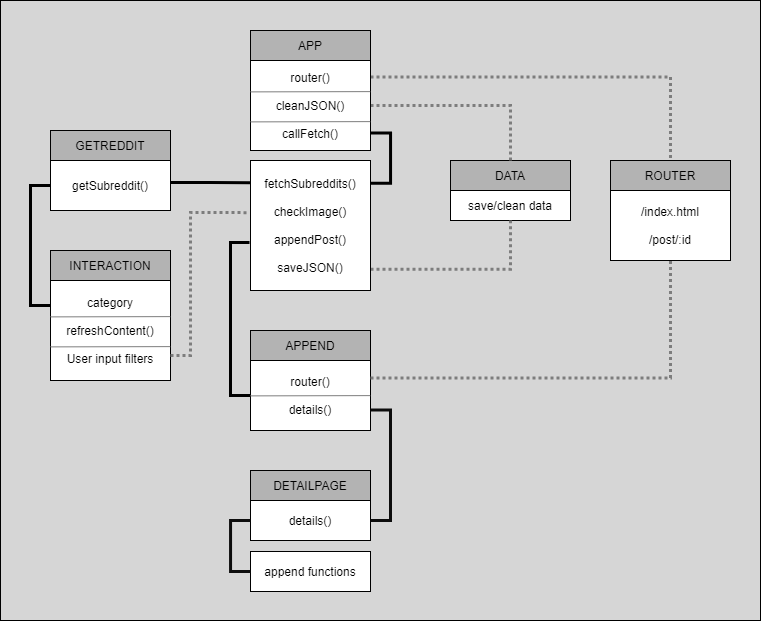
This is assets/ActorDiagram.png from RickGroot/web-app-from-scratch-2021, a draw.io export, as it was before one commit. Source tidied: cells renumbered, new cells last; positions are measured from the earlier drawing's top-left corner, leaving out a move shared by most shapes.
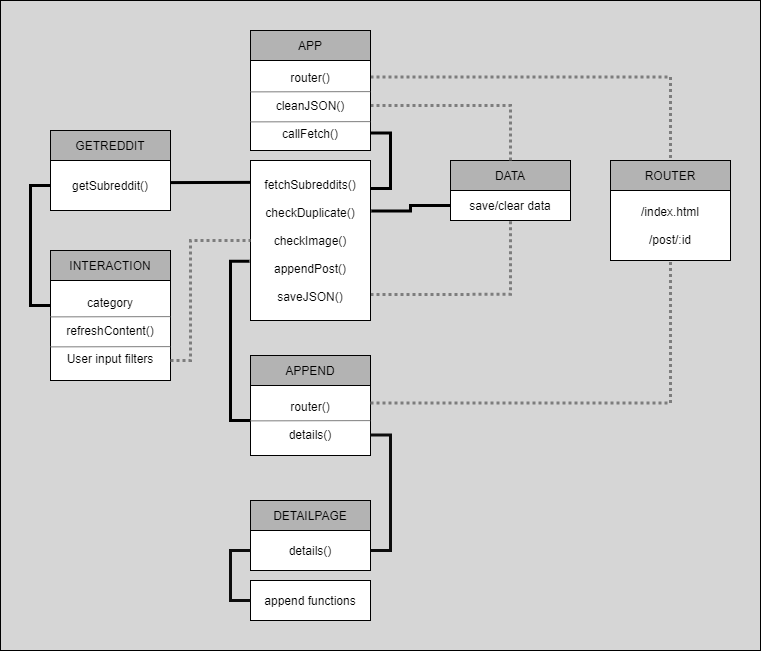
Above is the later version.

What changed in the source:
```diff
@@ -11,7 +11,7 @@
       </mxGeometry>
     </mxCell>
     <mxCell id="3" style="rounded=0;whiteSpace=wrap;html=1;fillColor=#D6D6D6;" parent="1" vertex="1">
-      <mxGeometry width="760" height="620" as="geometry" />
+      <mxGeometry width="760" height="650" as="geometry" />
     </mxCell>
     <mxCell id="4" style="group;" parent="1" vertex="1">
       <mxGeometry x="610" y="160" width="120" height="100" as="geometry" />
@@ -34,7 +34,7 @@
     <mxCell id="10" style="group;" parent="1" vertex="1">
       <mxGeometry x="450" y="160" width="120" height="80" as="geometry" />
     </mxCell>
-    <mxCell id="11" value="save/clean data" style="rounded=0;whiteSpace=wrap;html=1;align=center;fillColor=#FFFFFF;" parent="10" vertex="1">
+    <mxCell id="11" value="save/clear data" style="rounded=0;whiteSpace=wrap;html=1;align=center;fillColor=#FFFFFF;" parent="10" vertex="1">
       <mxGeometry y="30" width="120" height="30" as="geometry" />
     </mxCell>
     <mxCell id="12" value="DATA" style="rounded=0;whiteSpace=wrap;html=1;align=center;fillColor=#B3B3B3;" parent="10" vertex="1">
@@ -67,8 +67,12 @@
     <mxCell id="21" style="edgeStyle=orthogonalEdgeStyle;rounded=0;jettySize=auto;html=1;exitX=0;exitY=0.5;exitDx=0;exitDy=0;entryX=0;entryY=0.25;entryDx=0;entryDy=0;strokeWidth=3;endArrow=none;endFill=0;" parent="1" edge="1" source="19" target="8">
       <mxGeometry relative="1" as="geometry" />
     </mxCell>
-    <mxCell id="22" style="edgeStyle=orthogonalEdgeStyle;rounded=0;jettySize=auto;html=1;exitX=1.003;exitY=0.442;exitDx=0;exitDy=0;entryX=0.006;entryY=0.171;entryDx=0;entryDy=0;entryPerimeter=0;endArrow=none;endFill=0;strokeColor=#000000;strokeWidth=3;exitPerimeter=0;" parent="1" edge="1" source="19" target="25">
-      <mxGeometry relative="1" as="geometry" />
+    <mxCell id="22" style="edgeStyle=orthogonalEdgeStyle;rounded=0;jettySize=auto;html=1;exitX=1.003;exitY=0.442;exitDx=0;exitDy=0;entryX=0.006;entryY=0.136;entryDx=0;entryDy=0;entryPerimeter=0;endArrow=none;endFill=0;strokeColor=#000000;strokeWidth=3;exitPerimeter=0;" parent="1" edge="1" source="19" target="25">
+      <mxGeometry relative="1" as="geometry">
+        <Array as="points">
+          <mxPoint x="251" y="182" />
+        </Array>
+      </mxGeometry>
     </mxCell>
     <mxCell id="23" style="edgeStyle=orthogonalEdgeStyle;rounded=0;jettySize=auto;html=1;exitX=-0.008;exitY=0.63;exitDx=0;exitDy=0;entryX=0;entryY=0.5;entryDx=0;entryDy=0;endArrow=none;endFill=0;strokeColor=#000000;strokeWidth=3;exitPerimeter=0;" parent="1" edge="1" source="25" target="27">
       <mxGeometry relative="1" as="geometry" />
@@ -76,11 +80,11 @@
     <mxCell id="24" style="edgeStyle=orthogonalEdgeStyle;rounded=0;jettySize=auto;html=1;exitX=1.001;exitY=0.837;exitDx=0;exitDy=0;entryX=0.5;entryY=1;entryDx=0;entryDy=0;dashed=1;dashPattern=1 1;endArrow=none;endFill=0;strokeColor=#7D7D7D;strokeWidth=3;exitPerimeter=0;" parent="1" edge="1" source="25" target="11">
       <mxGeometry relative="1" as="geometry" />
     </mxCell>
-    <mxCell id="25" value="&lt;span&gt;fetchSubreddits()&lt;/span&gt;&lt;br&gt;&lt;br&gt;&lt;span&gt;checkImage()&lt;/span&gt;&lt;br&gt;&lt;br&gt;&lt;span&gt;appendPost()&lt;/span&gt;&lt;br&gt;&lt;br&gt;&lt;span&gt;saveJSON()&lt;/span&gt;" style="rounded=0;whiteSpace=wrap;html=1;align=center;fillColor=#FFFFFF;" parent="1" vertex="1">
-      <mxGeometry x="250" y="160" width="120" height="130" as="geometry" />
+    <mxCell id="25" value="&lt;span&gt;fetchSubreddits()&lt;/span&gt;&lt;br&gt;&lt;br&gt;checkDuplicate()&lt;br&gt;&lt;br&gt;&lt;span&gt;checkImage()&lt;/span&gt;&lt;br&gt;&lt;br&gt;&lt;span&gt;appendPost()&lt;/span&gt;&lt;br&gt;&lt;br&gt;&lt;span&gt;saveJSON()&lt;/span&gt;" style="rounded=0;whiteSpace=wrap;html=1;align=center;fillColor=#FFFFFF;" parent="1" vertex="1">
+      <mxGeometry x="250" y="160" width="120" height="160" as="geometry" />
     </mxCell>
     <mxCell id="26" style="group;" parent="1" vertex="1">
-      <mxGeometry x="250" y="330" width="120" height="100" as="geometry" />
+      <mxGeometry x="250" y="355" width="120" height="100" as="geometry" />
     </mxCell>
     <mxCell id="27" value="router()&lt;br&gt;&lt;br&gt;details()" style="rounded=0;whiteSpace=wrap;html=1;align=center;fillColor=#FFFFFF;" parent="26" vertex="1">
       <mxGeometry y="30" width="120" height="70" as="geometry" />
@@ -92,7 +96,7 @@
       <mxGeometry relative="1" as="geometry" />
     </mxCell>
     <mxCell id="30" style="group;" parent="1" vertex="1">
-      <mxGeometry x="250" y="470" width="120" height="70" as="geometry" />
+      <mxGeometry x="250" y="500" width="120" height="70" as="geometry" />
     </mxCell>
     <mxCell id="31" value="details()" style="rounded=0;whiteSpace=wrap;html=1;align=center;fillColor=#FFFFFF;" parent="30" vertex="1">
       <mxGeometry y="30" width="120" height="40" as="geometry" />
@@ -101,7 +105,7 @@
       <mxGeometry width="120" height="30" as="geometry" />
     </mxCell>
     <mxCell id="33" style="group;" parent="1" vertex="1">
-      <mxGeometry x="250" y="551" width="120" height="40" as="geometry" />
+      <mxGeometry x="250" y="580" width="120" height="40" as="geometry" />
     </mxCell>
     <mxCell id="34" value="append functions" style="rounded=0;whiteSpace=wrap;html=1;align=center;fillColor=#FFFFFF;" parent="33" vertex="1">
       <mxGeometry width="120" height="40" as="geometry" />
@@ -123,8 +127,8 @@
     </mxCell>
     <mxCell id="39" style="endArrow=none;html=1;strokeColor=#7D7D7D;strokeWidth=1;rounded=0;entryX=0;entryY=0.682;entryDx=0;entryDy=0;entryPerimeter=0;exitX=0.998;exitY=0.679;exitDx=0;exitDy=0;exitPerimeter=0;" parent="1" edge="1">
       <mxGeometry relative="1" as="geometry">
-        <mxPoint x="369.8" y="395.1" as="sourcePoint" />
-        <mxPoint x="250" y="395.4" as="targetPoint" />
+        <mxPoint x="369.8" y="420.1" as="sourcePoint" />
+        <mxPoint x="250" y="420.4" as="targetPoint" />
       </mxGeometry>
     </mxCell>
     <mxCell id="40" style="endArrow=none;html=1;strokeColor=#7D7D7D;strokeWidth=1;rounded=0;entryX=0;entryY=0.682;entryDx=0;entryDy=0;entryPerimeter=0;exitX=0.998;exitY=0.679;exitDx=0;exitDy=0;exitPerimeter=0;" parent="1" edge="1">
@@ -139,13 +143,22 @@
         <mxPoint x="50" y="346.4" as="targetPoint" />
       </mxGeometry>
     </mxCell>
-    <mxCell id="42" style="edgeStyle=orthogonalEdgeStyle;rounded=0;jettySize=auto;html=1;exitX=1;exitY=0.75;exitDx=0;exitDy=0;entryX=-0.025;entryY=0.401;entryDx=0;entryDy=0;entryPerimeter=0;endArrow=none;endFill=0;strokeColor=#7D7D7D;strokeWidth=3;dashed=1;dashPattern=1 1;" parent="1" edge="1" source="8" target="25">
+    <mxCell id="42" style="edgeStyle=orthogonalEdgeStyle;rounded=0;jettySize=auto;html=1;entryX=0;entryY=0.5;entryDx=0;entryDy=0;endArrow=none;endFill=0;strokeColor=#7D7D7D;strokeWidth=3;dashed=1;dashPattern=1 1;" parent="1" edge="1" target="25">
       <mxGeometry relative="1" as="geometry">
+        <mxPoint x="170" y="360" as="sourcePoint" />
         <Array as="points">
-          <mxPoint x="190" y="355" />
-          <mxPoint x="190" y="212" />
+          <mxPoint x="190" y="360" />
+          <mxPoint x="190" y="240" />
         </Array>
       </mxGeometry>
     </mxCell>
+    <mxCell id="43" style="edgeStyle=orthogonalEdgeStyle;rounded=0;jettySize=auto;html=1;exitX=1.007;exitY=0.316;exitDx=0;exitDy=0;entryX=0;entryY=0.5;entryDx=0;entryDy=0;endArrow=none;endFill=0;strokeColor=#000000;strokeWidth=3;exitPerimeter=0;" parent="1" edge="1" source="25" target="11">
+      <mxGeometry relative="1" as="geometry">
+        <Array as="points">
+          <mxPoint x="410" y="211" />
+          <mxPoint x="410" y="205" />
+        </Array>
+      </mxGeometry>
+    </mxCell>
   </root>
 </mxGraphModel>
```
